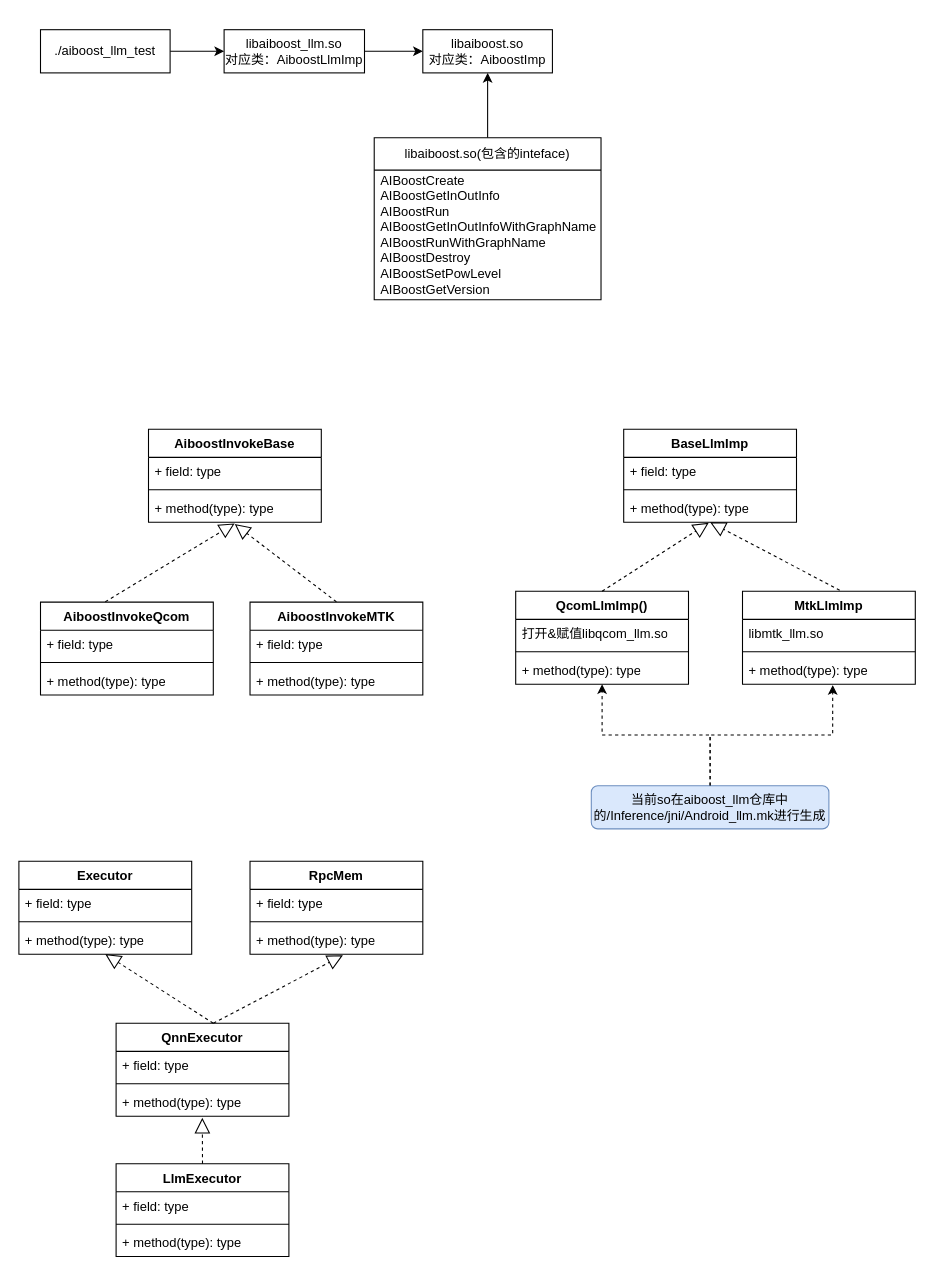
mailonghua/drawio keeps this draw.io diagram as LLM/Aiboost.drawio. Above is the earlier version. Source tidied: cells renumbered, new cells numbered last; positions are measured from the earlier drawing's top-left corner, leaving out a move shared by most shapes. Both pictures are drawn from the tidied source at 108%, with x=0, y=0 at pixel (18, 29).
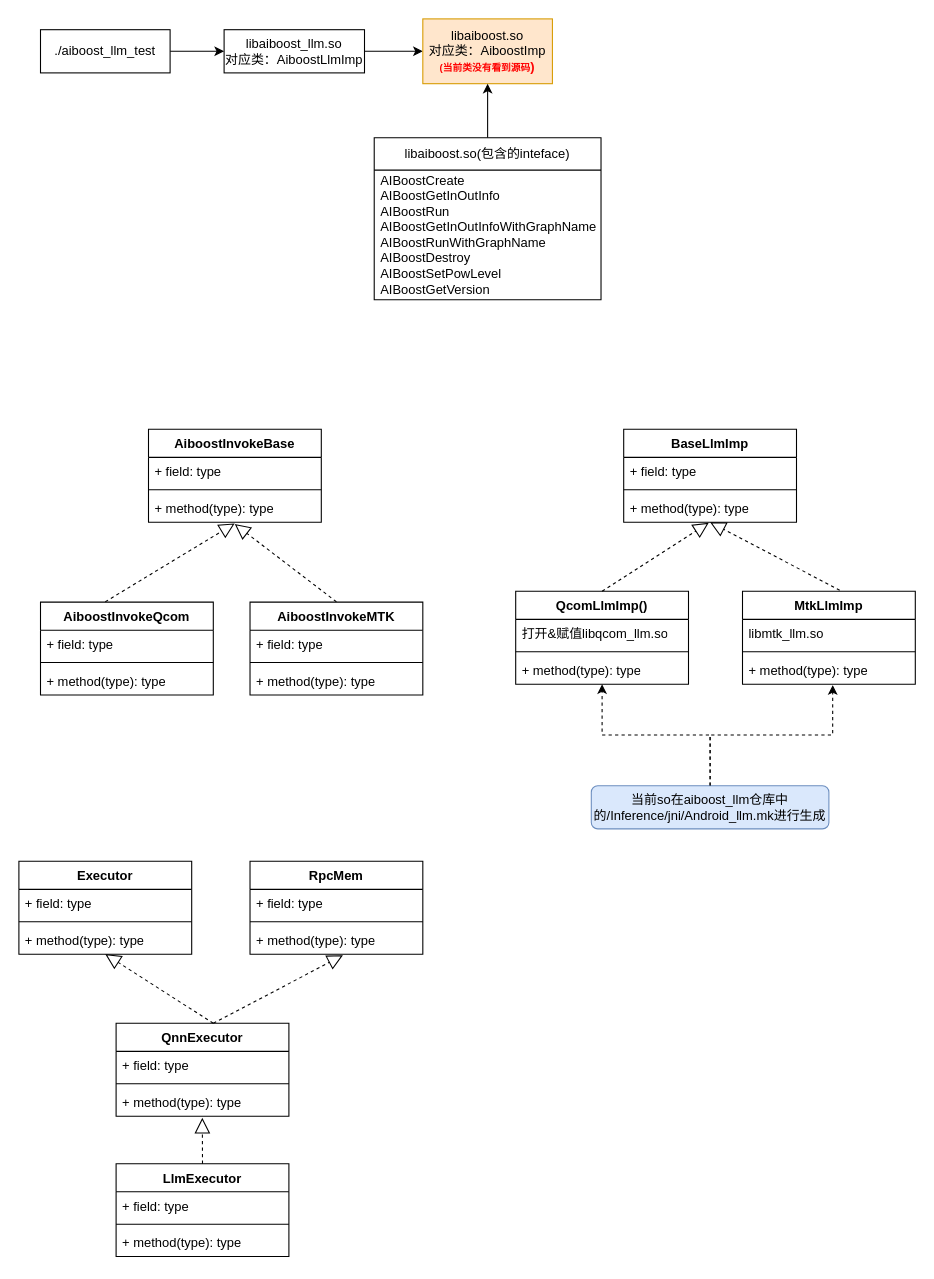
The same page after the edit.

Change to the diagram source:
```diff
@@
-    <mxCell id="6" value="libaiboost.so&lt;br&gt;对应类：AiboostImp" style="rounded=0;whiteSpace=wrap;html=1;" parent="1" vertex="1">
-      <mxGeometry x="374" width="120" height="40" as="geometry" />
+    <mxCell id="6" value="libaiboost.so&lt;br&gt;对应类：AiboostImp&lt;br&gt;&lt;font style=&quot;color: rgb(255, 0, 0);&quot;&gt;&lt;b&gt;&lt;font style=&quot;font-size: 9px; color: rgb(255, 0, 0);&quot;&gt;(当前类没有看到源码&lt;/font&gt;)&lt;/b&gt;&lt;/font&gt;" style="rounded=0;whiteSpace=wrap;html=1;fillColor=#ffe6cc;strokeColor=#d79b00;" parent="1" vertex="1">
+      <mxGeometry x="374" y="-10" width="120" height="60" as="geometry" />
     </mxCell>
```
